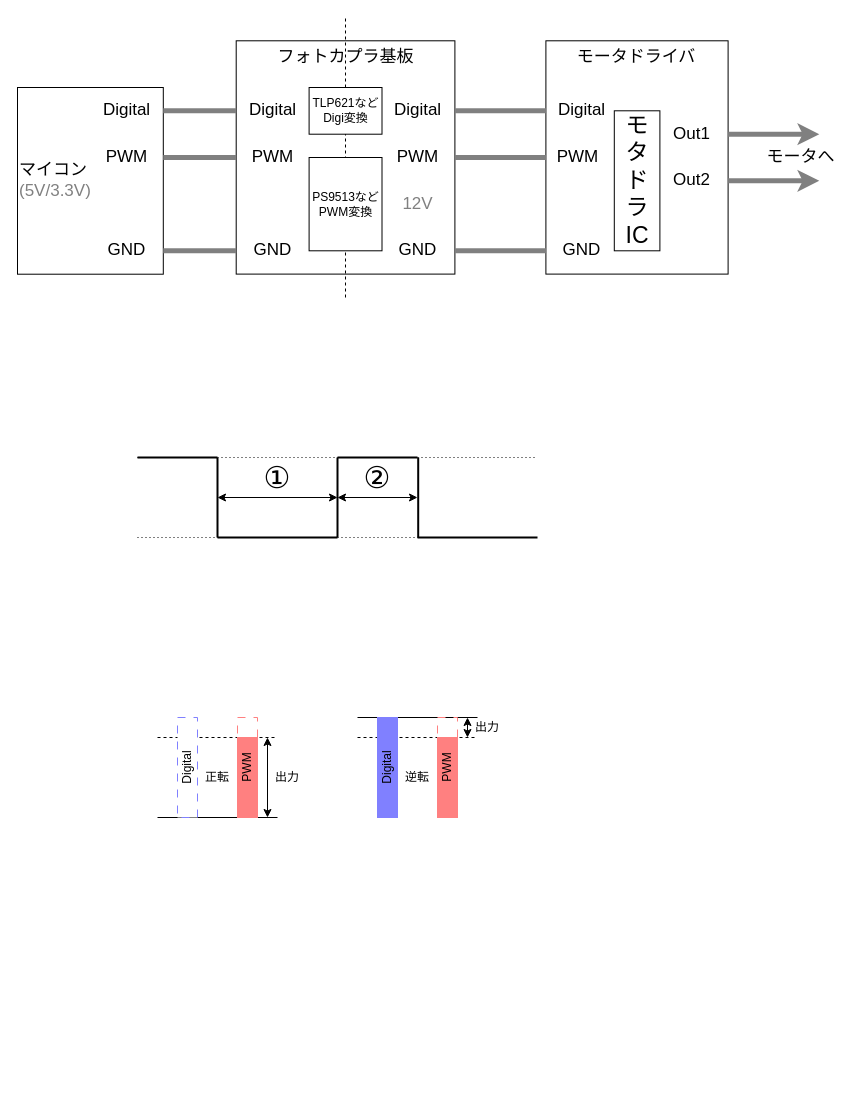
Above: src/resources/BasicContents/motor/motor_road.drawio in s2301089/Control_General (draw.io), before the change. Source tidied: cells renumbered, new cells numbered last; positions are measured from the earlier drawing's top-left corner, leaving out a move shared by most shapes. Both pictures are drawn from the tidied source at 100%, with x=0, y=0 at pixel (17, 17).
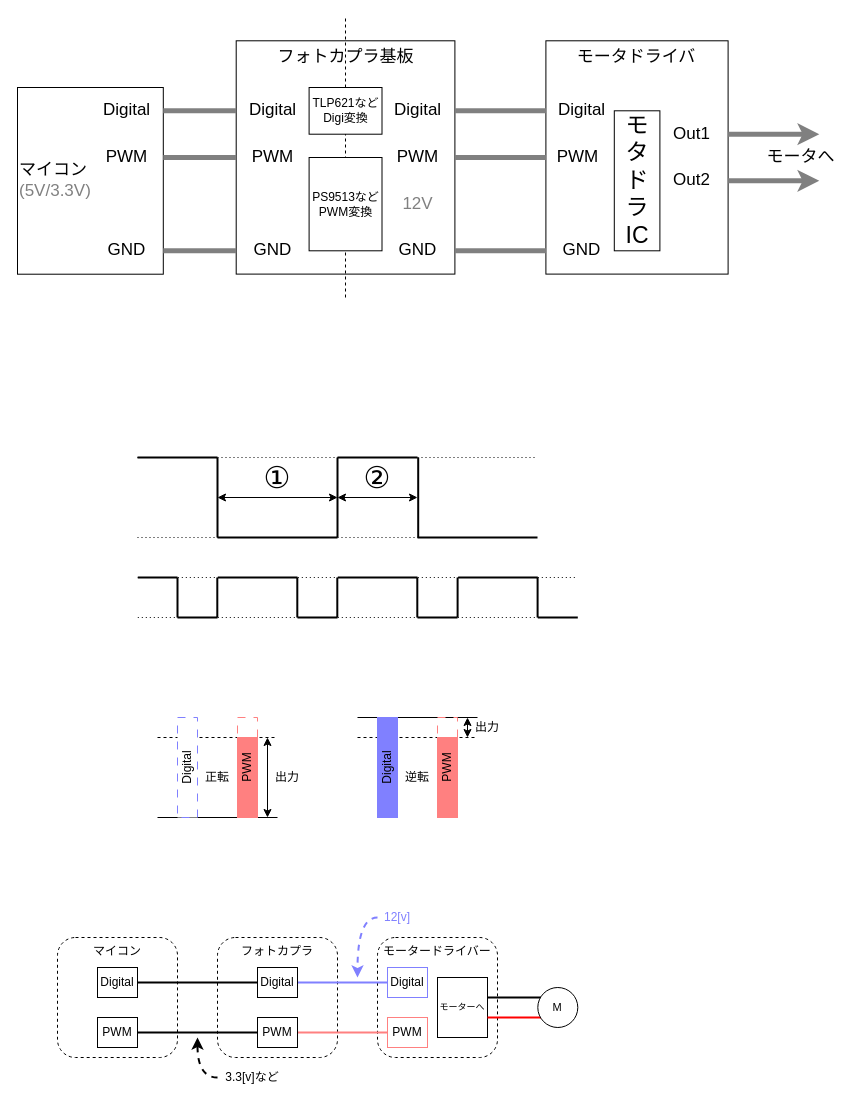
The same page after the edit.

What changed in the source:
```diff
@@
+    <mxCell id="62" value="モータードライバー" style="rounded=1;whiteSpace=wrap;html=1;labelPosition=center;verticalLabelPosition=middle;align=center;verticalAlign=top;dashed=1;" parent="1" vertex="1">
+      <mxGeometry x="360" y="920" width="120" height="120" as="geometry" />
+    </mxCell>
+    <mxCell id="63" value="フォトカプラ" style="rounded=1;whiteSpace=wrap;html=1;labelPosition=center;verticalLabelPosition=middle;align=center;verticalAlign=top;dashed=1;" parent="1" vertex="1">
+      <mxGeometry x="200" y="920" width="120" height="120" as="geometry" />
+    </mxCell>
+    <mxCell id="64" value="マイコン" style="rounded=1;whiteSpace=wrap;html=1;labelPosition=center;verticalLabelPosition=middle;align=center;verticalAlign=top;dashed=1;" parent="1" vertex="1">
+      <mxGeometry x="40" y="920" width="120" height="120" as="geometry" />
+    </mxCell>
@@
+    <mxCell id="65" style="edgeStyle=orthogonalEdgeStyle;shape=connector;rounded=0;jettySize=auto;html=1;exitX=1;exitY=0.5;exitDx=0;exitDy=0;strokeColor=#000000;strokeWidth=2;align=center;verticalAlign=middle;fontFamily=Helvetica;fontSize=11;fontColor=default;labelBackgroundColor=default;startFill=0;endArrow=none;" parent="1" edge="1" source="66" target="70">
+      <mxGeometry relative="1" as="geometry" />
+    </mxCell>
+    <mxCell id="66" value="Digital" style="rounded=0;whiteSpace=wrap;html=1;" parent="1" vertex="1">
+      <mxGeometry x="80" y="950" width="40" height="30" as="geometry" />
+    </mxCell>
+    <mxCell id="67" style="edgeStyle=orthogonalEdgeStyle;rounded=0;jettySize=auto;html=1;exitX=1;exitY=0.5;exitDx=0;exitDy=0;endArrow=none;startFill=0;strokeWidth=2;strokeColor=#000000;" parent="1" edge="1" source="68" target="72">
+      <mxGeometry relative="1" as="geometry" />
+    </mxCell>
+    <mxCell id="68" value="PWM" style="rounded=0;whiteSpace=wrap;html=1;" parent="1" vertex="1">
+      <mxGeometry x="80" y="1000" width="40" height="30" as="geometry" />
+    </mxCell>
+    <mxCell id="69" style="edgeStyle=orthogonalEdgeStyle;shape=connector;rounded=0;jettySize=auto;html=1;exitX=1;exitY=0.5;exitDx=0;exitDy=0;strokeColor=#8080FF;strokeWidth=2;align=center;verticalAlign=middle;fontFamily=Helvetica;fontSize=11;fontColor=default;labelBackgroundColor=default;startFill=0;endArrow=none;" parent="1" edge="1" source="70" target="73">
+      <mxGeometry relative="1" as="geometry" />
+    </mxCell>
+    <mxCell id="70" value="Digital" style="rounded=0;whiteSpace=wrap;html=1;" parent="1" vertex="1">
+      <mxGeometry x="240" y="950" width="40" height="30" as="geometry" />
+    </mxCell>
+    <mxCell id="71" style="edgeStyle=orthogonalEdgeStyle;shape=connector;rounded=0;jettySize=auto;html=1;exitX=1;exitY=0.5;exitDx=0;exitDy=0;strokeColor=#FF8080;strokeWidth=2;align=center;verticalAlign=middle;fontFamily=Helvetica;fontSize=11;fontColor=default;labelBackgroundColor=default;startFill=0;endArrow=none;" parent="1" edge="1" source="72" target="74">
+      <mxGeometry relative="1" as="geometry" />
+    </mxCell>
+    <mxCell id="72" value="PWM" style="rounded=0;whiteSpace=wrap;html=1;" parent="1" vertex="1">
+      <mxGeometry x="240" y="1000" width="40" height="30" as="geometry" />
+    </mxCell>
+    <mxCell id="73" value="Digital" style="rounded=0;whiteSpace=wrap;html=1;strokeColor=#8080FF;" parent="1" vertex="1">
+      <mxGeometry x="370" y="950" width="40" height="30" as="geometry" />
+    </mxCell>
+    <mxCell id="74" value="PWM" style="rounded=0;whiteSpace=wrap;html=1;strokeColor=#FF8080;" parent="1" vertex="1">
+      <mxGeometry x="370" y="1000" width="40" height="30" as="geometry" />
+    </mxCell>
+    <mxCell id="75" value="モーターへ" style="rounded=0;whiteSpace=wrap;html=1;fontFamily=Helvetica;fontSize=9;fontColor=default;labelBackgroundColor=default;" parent="1" vertex="1">
+      <mxGeometry x="420" y="960" width="50" height="60" as="geometry" />
+    </mxCell>
+    <mxCell id="76" style="endArrow=none;html=1;rounded=0;strokeColor=#FF0000;strokeWidth=2;align=center;verticalAlign=middle;fontFamily=Helvetica;fontSize=11;fontColor=#000000;labelBackgroundColor=default;edgeStyle=orthogonalEdgeStyle;exitX=0.987;exitY=0.34;exitDx=0;exitDy=0;exitPerimeter=0;entryX=0.492;entryY=0.25;entryDx=0;entryDy=0;entryPerimeter=0;" parent="1" edge="1">
+      <mxGeometry relative="1" as="geometry">
+        <mxPoint x="470" y="1000" as="sourcePoint" />
+        <mxPoint x="541" y="1000" as="targetPoint" />
+      </mxGeometry>
+    </mxCell>
+    <mxCell id="77" style="endArrow=none;html=1;rounded=0;strokeColor=#000000;strokeWidth=2;align=center;verticalAlign=middle;fontFamily=Helvetica;fontSize=11;fontColor=default;labelBackgroundColor=default;edgeStyle=orthogonalEdgeStyle;exitX=0.987;exitY=0.34;exitDx=0;exitDy=0;exitPerimeter=0;entryX=0.492;entryY=0.25;entryDx=0;entryDy=0;entryPerimeter=0;" parent="1" edge="1">
+      <mxGeometry relative="1" as="geometry">
+        <mxPoint x="470" y="980" as="sourcePoint" />
+        <mxPoint x="541" y="980" as="targetPoint" />
+      </mxGeometry>
+    </mxCell>
+    <mxCell id="78" value="M" style="ellipse;whiteSpace=wrap;html=1;fontFamily=Helvetica;fontSize=11;fontColor=default;labelBackgroundColor=default;" parent="1" vertex="1">
+      <mxGeometry x="520.3" y="970" width="40" height="40" as="geometry" />
+    </mxCell>
+    <mxCell id="79" style="curved=1;endArrow=classic;html=1;rounded=0;strokeColor=#000000;strokeWidth=2;align=center;verticalAlign=middle;fontFamily=Helvetica;fontSize=11;fontColor=default;labelBackgroundColor=default;edgeStyle=orthogonalEdgeStyle;dashed=1;exitX=0;exitY=0.5;exitDx=0;exitDy=0;" parent="1" edge="1" source="80">
+      <mxGeometry relative="1" as="geometry">
+        <mxPoint x="180" y="1020" as="targetPoint" />
+        <Array as="points">
+          <mxPoint x="180" y="1060" />
+        </Array>
+      </mxGeometry>
+    </mxCell>
+    <mxCell id="80" value="3.3[v]など" style="text;html=1;align=center;verticalAlign=middle;whiteSpace=wrap;rounded=0;fontFamily=Helvetica;fontSize=12;fontColor=default;labelBackgroundColor=default;" parent="1" vertex="1">
+      <mxGeometry x="200" y="1050" width="70" height="20" as="geometry" />
+    </mxCell>
+    <mxCell id="81" style="curved=1;endArrow=classic;html=1;rounded=0;strokeColor=#8080FF;strokeWidth=2;align=center;verticalAlign=middle;fontFamily=Helvetica;fontSize=11;fontColor=#8080FF;labelBackgroundColor=default;edgeStyle=orthogonalEdgeStyle;dashed=1;" parent="1" edge="1">
+      <mxGeometry relative="1" as="geometry">
+        <mxPoint x="360" y="900" as="sourcePoint" />
+        <mxPoint x="340" y="960" as="targetPoint" />
+        <Array as="points">
+          <mxPoint x="340" y="900" />
+        </Array>
+      </mxGeometry>
+    </mxCell>
+    <mxCell id="82" value="12[v]" style="text;html=1;align=center;verticalAlign=middle;whiteSpace=wrap;rounded=0;fontFamily=Helvetica;fontSize=12;fontColor=#8080FF;labelBackgroundColor=default;" parent="1" vertex="1">
+      <mxGeometry x="360" y="890" width="40" height="20" as="geometry" />
+    </mxCell>
+    <mxCell id="83" style="endArrow=none;dashed=1;html=1;dashPattern=1 3;strokeWidth=1;rounded=0;" parent="1" edge="1">
+      <mxGeometry relative="1" as="geometry">
+        <mxPoint x="120.3" y="600" as="sourcePoint" />
+        <mxPoint x="560" y="600" as="targetPoint" />
+      </mxGeometry>
+    </mxCell>
+    <mxCell id="84" style="endArrow=none;dashed=1;html=1;dashPattern=1 3;strokeWidth=1;rounded=0;" parent="1" edge="1">
+      <mxGeometry relative="1" as="geometry">
+        <mxPoint x="120.3" y="560" as="sourcePoint" />
+        <mxPoint x="560" y="560" as="targetPoint" />
+      </mxGeometry>
+    </mxCell>
+    <mxCell id="85" style="endArrow=none;html=1;rounded=0;strokeWidth=2;" parent="1" edge="1">
+      <mxGeometry relative="1" as="geometry">
+        <mxPoint x="120.3" y="560" as="sourcePoint" />
+        <mxPoint x="160" y="560" as="targetPoint" />
+      </mxGeometry>
+    </mxCell>
+    <mxCell id="86" style="endArrow=none;html=1;rounded=0;strokeWidth=2;" parent="1" edge="1">
+      <mxGeometry relative="1" as="geometry">
+        <mxPoint x="160" y="600" as="sourcePoint" />
+        <mxPoint x="200" y="600" as="targetPoint" />
+      </mxGeometry>
+    </mxCell>
+    <mxCell id="87" style="endArrow=none;html=1;rounded=0;strokeWidth=2;" parent="1" edge="1">
+      <mxGeometry relative="1" as="geometry">
+        <mxPoint x="160" y="600" as="sourcePoint" />
+        <mxPoint x="160" y="560" as="targetPoint" />
+      </mxGeometry>
+    </mxCell>
+    <mxCell id="88" style="endArrow=none;html=1;rounded=0;strokeWidth=2;" parent="1" edge="1">
+      <mxGeometry relative="1" as="geometry">
+        <mxPoint x="280" y="600" as="sourcePoint" />
+        <mxPoint x="320" y="600" as="targetPoint" />
+      </mxGeometry>
+    </mxCell>
+    <mxCell id="89" style="endArrow=none;html=1;rounded=0;strokeWidth=2;" parent="1" edge="1">
+      <mxGeometry relative="1" as="geometry">
+        <mxPoint x="200.3" y="560" as="sourcePoint" />
+        <mxPoint x="280" y="560" as="targetPoint" />
+      </mxGeometry>
+    </mxCell>
+    <mxCell id="90" style="endArrow=none;html=1;rounded=0;strokeWidth=2;" parent="1" edge="1">
+      <mxGeometry relative="1" as="geometry">
+        <mxPoint x="199.8" y="600" as="sourcePoint" />
+        <mxPoint x="199.8" y="560" as="targetPoint" />
+      </mxGeometry>
+    </mxCell>
+    <mxCell id="91" style="endArrow=none;html=1;rounded=0;strokeWidth=2;" parent="1" edge="1">
+      <mxGeometry relative="1" as="geometry">
+        <mxPoint x="279.8" y="600" as="sourcePoint" />
+        <mxPoint x="279.8" y="560" as="targetPoint" />
+      </mxGeometry>
+    </mxCell>
+    <mxCell id="92" style="endArrow=none;html=1;rounded=0;strokeWidth=2;" parent="1" edge="1">
+      <mxGeometry relative="1" as="geometry">
+        <mxPoint x="400" y="600" as="sourcePoint" />
+        <mxPoint x="440" y="600" as="targetPoint" />
+      </mxGeometry>
+    </mxCell>
+    <mxCell id="93" style="endArrow=none;html=1;rounded=0;strokeWidth=2;" parent="1" edge="1">
+      <mxGeometry relative="1" as="geometry">
+        <mxPoint x="320.3" y="560" as="sourcePoint" />
+        <mxPoint x="400" y="560" as="targetPoint" />
+      </mxGeometry>
+    </mxCell>
+    <mxCell id="94" style="endArrow=none;html=1;rounded=0;strokeWidth=2;" parent="1" edge="1">
+      <mxGeometry relative="1" as="geometry">
+        <mxPoint x="319.8" y="600" as="sourcePoint" />
+        <mxPoint x="319.8" y="560" as="targetPoint" />
+      </mxGeometry>
+    </mxCell>
+    <mxCell id="95" style="endArrow=none;html=1;rounded=0;strokeWidth=2;" parent="1" edge="1">
+      <mxGeometry relative="1" as="geometry">
+        <mxPoint x="399.8" y="600" as="sourcePoint" />
+        <mxPoint x="399.8" y="560" as="targetPoint" />
+      </mxGeometry>
+    </mxCell>
+    <mxCell id="96" style="endArrow=none;html=1;rounded=0;strokeWidth=2;" parent="1" edge="1">
+      <mxGeometry relative="1" as="geometry">
+        <mxPoint x="520.3" y="600" as="sourcePoint" />
+        <mxPoint x="560.3" y="600" as="targetPoint" />
+      </mxGeometry>
+    </mxCell>
+    <mxCell id="97" style="endArrow=none;html=1;rounded=0;strokeWidth=2;" parent="1" edge="1">
+      <mxGeometry relative="1" as="geometry">
+        <mxPoint x="440.7" y="560" as="sourcePoint" />
+        <mxPoint x="520.3" y="560" as="targetPoint" />
+      </mxGeometry>
+    </mxCell>
+    <mxCell id="98" style="endArrow=none;html=1;rounded=0;strokeWidth=2;" parent="1" edge="1">
+      <mxGeometry relative="1" as="geometry">
+        <mxPoint x="440.1" y="600" as="sourcePoint" />
+        <mxPoint x="440.1" y="560" as="targetPoint" />
+      </mxGeometry>
+    </mxCell>
+    <mxCell id="99" style="endArrow=none;html=1;rounded=0;strokeWidth=2;" parent="1" edge="1">
+      <mxGeometry relative="1" as="geometry">
+        <mxPoint x="520.1" y="600" as="sourcePoint" />
+        <mxPoint x="520.1" y="560" as="targetPoint" />
+      </mxGeometry>
+    </mxCell>
```
